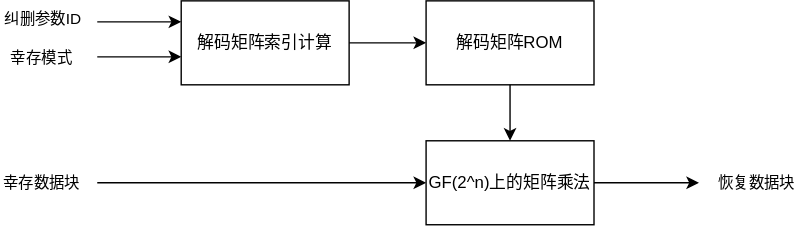
Earlier version of the draw.io export graphs/XAPP1273.drawio.svg (Starman-SWA/drawio). Source tidied: cells renumbered, new cells last; positions are measured from the earlier drawing's top-left corner, leaving out a move shared by most shapes.
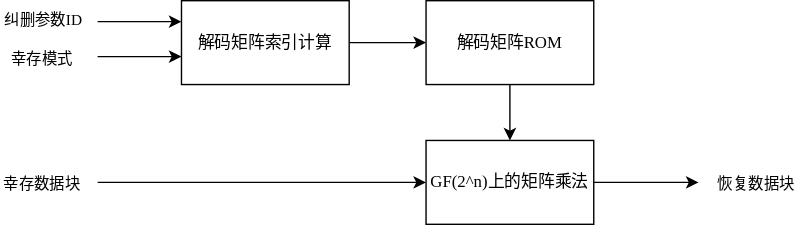
After the change.

The edit, as a diff of the source:
```diff
@@ -2,13 +2,13 @@
   <root>
     <mxCell id="0" />
     <mxCell id="1" parent="0" />
-    <mxCell id="2" value="解码矩阵索引计算" style="rounded=0;whiteSpace=wrap;html=1;" parent="1" vertex="1">
+    <mxCell id="2" value="解码矩阵索引计算" style="rounded=0;whiteSpace=wrap;html=1;fontFamily=宋体;" parent="1" vertex="1">
       <mxGeometry x="100" width="120" height="60" as="geometry" />
     </mxCell>
-    <mxCell id="3" value="解码矩阵ROM" style="rounded=0;whiteSpace=wrap;html=1;" parent="1" vertex="1">
+    <mxCell id="3" value="解码矩阵ROM" style="rounded=0;whiteSpace=wrap;html=1;fontFamily=宋体;" parent="1" vertex="1">
       <mxGeometry x="275" width="120" height="60" as="geometry" />
     </mxCell>
-    <mxCell id="4" value="GF(2^n)上的矩阵乘法" style="rounded=0;whiteSpace=wrap;html=1;" parent="1" vertex="1">
+    <mxCell id="4" value="GF(2^n)上的矩阵乘法" style="rounded=0;whiteSpace=wrap;html=1;fontFamily=宋体;" parent="1" vertex="1">
       <mxGeometry x="275" y="100" width="120" height="60" as="geometry" />
     </mxCell>
     <mxCell id="5" style="endArrow=classic;html=1;rounded=0;entryX=0;entryY=0.25;entryDx=0;entryDy=0;" parent="1" edge="1" target="2">
@@ -16,7 +16,7 @@
         <mxPoint x="40" y="15" as="sourcePoint" />
       </mxGeometry>
     </mxCell>
-    <mxCell id="6" value="纠删参数ID" style="edgeLabel;html=1;align=center;verticalAlign=middle;" parent="5" vertex="1">
+    <mxCell id="6" value="纠删参数ID" style="edgeLabel;html=1;align=center;verticalAlign=middle;fontFamily=宋体;" parent="5" vertex="1">
       <mxGeometry x="-0.21" y="2" relative="1" as="geometry">
         <mxPoint x="-64" as="offset" />
       </mxGeometry>
@@ -27,7 +27,7 @@
         <mxPoint x="100" y="40" as="targetPoint" />
       </mxGeometry>
     </mxCell>
-    <mxCell id="8" value="幸存模式" style="edgeLabel;html=1;align=center;verticalAlign=middle;" parent="7" vertex="1">
+    <mxCell id="8" value="幸存模式" style="edgeLabel;html=1;align=center;verticalAlign=middle;fontFamily=宋体;" parent="7" vertex="1">
       <mxGeometry x="-0.62" y="-1" relative="1" as="geometry">
         <mxPoint x="-52" as="offset" />
       </mxGeometry>
@@ -43,7 +43,7 @@
         <mxPoint x="470" y="130" as="targetPoint" />
       </mxGeometry>
     </mxCell>
-    <mxCell id="12" value="恢复数据块" style="edgeLabel;html=1;align=center;verticalAlign=middle;" parent="11" vertex="1">
+    <mxCell id="12" value="恢复数据块" style="edgeLabel;html=1;align=center;verticalAlign=middle;fontFamily=宋体;" parent="11" vertex="1">
       <mxGeometry x="0.26" relative="1" as="geometry">
         <mxPoint x="68" as="offset" />
       </mxGeometry>
@@ -53,7 +53,7 @@
         <mxPoint x="40" y="130" as="sourcePoint" />
       </mxGeometry>
     </mxCell>
-    <mxCell id="14" value="幸存数据块" style="edgeLabel;html=1;align=center;verticalAlign=middle;" parent="1" vertex="1">
+    <mxCell id="14" value="幸存数据块" style="edgeLabel;html=1;align=center;verticalAlign=middle;fontFamily=宋体;" parent="1" vertex="1">
       <mxGeometry y="130" as="geometry" />
     </mxCell>
   </root>
```
